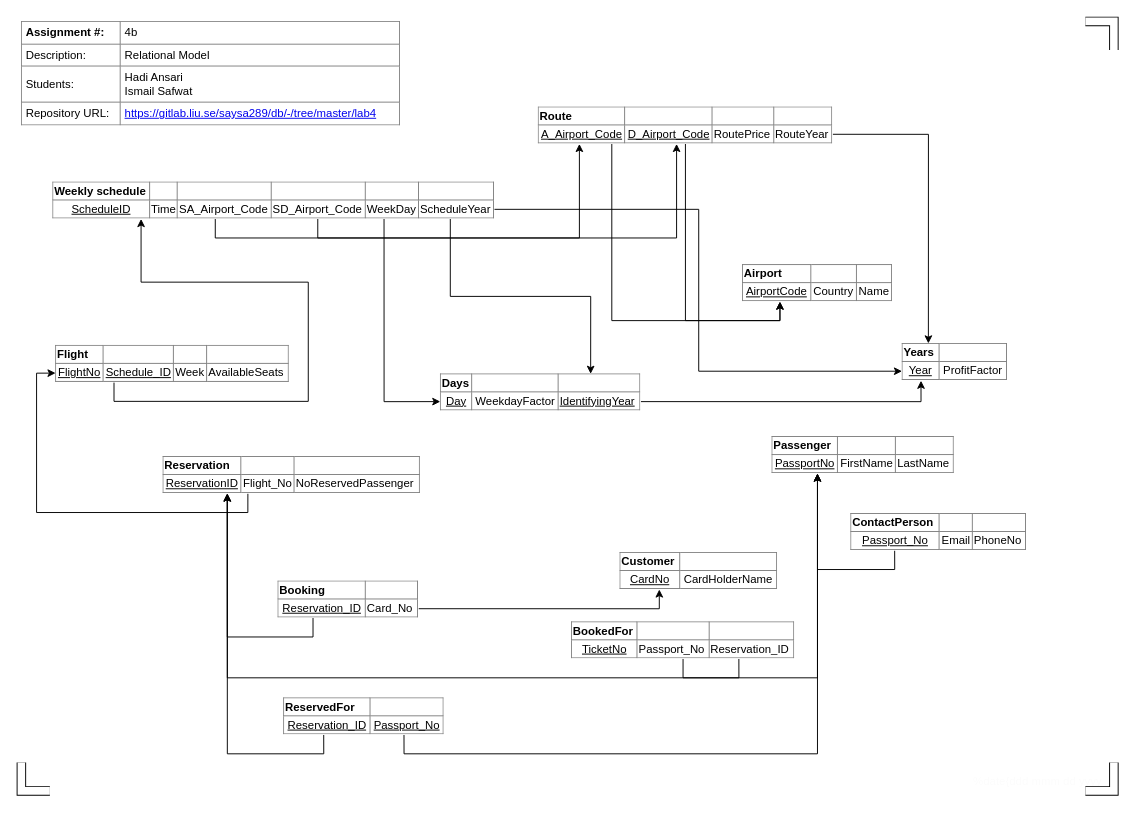
hadi-ansari/TDDD12 keeps this draw.io diagram as page "Relational Model" (2 of 2) of lab4/Assignment4b.drawio. Above is the earlier version. Source tidied: cells renumbered, new cells numbered last; positions are measured from the earlier drawing's top-left corner, leaving out a move shared by most shapes. Both pictures are drawn from the tidied source at 95%, with x=0, y=0 at pixel (21, 21).
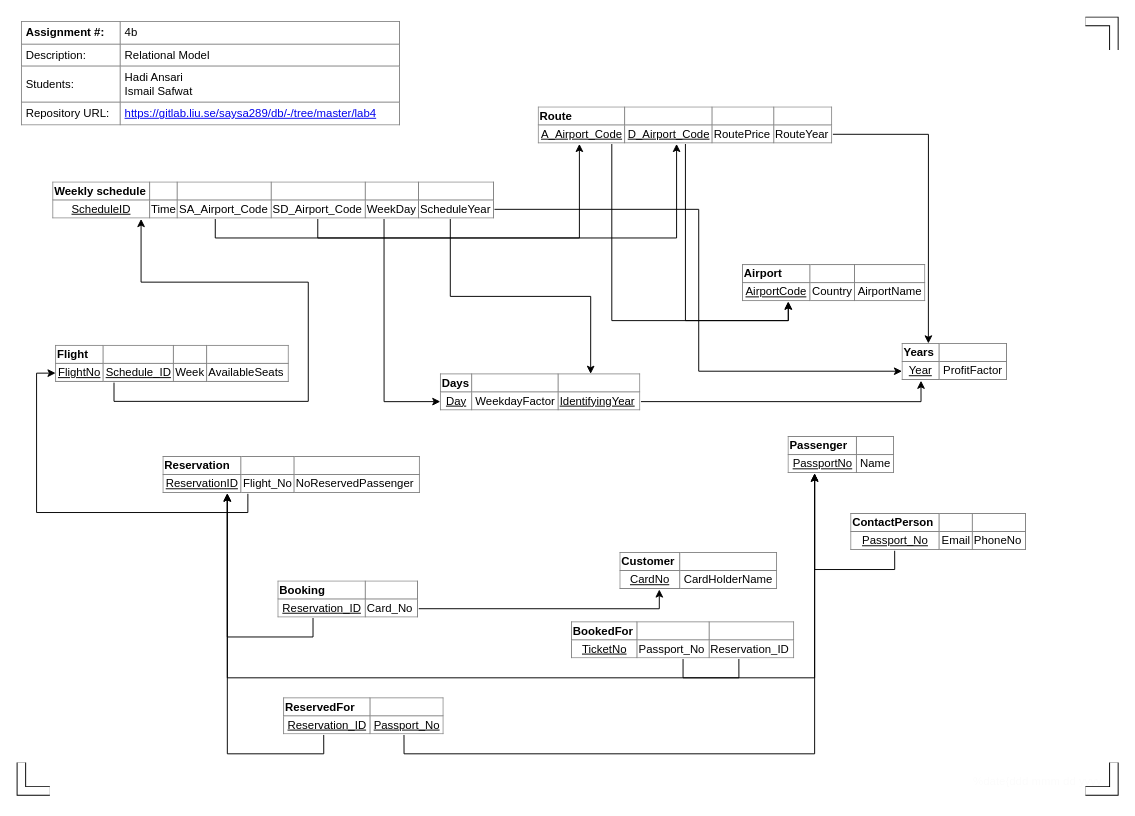
Above is the later version.

Diff of the diagram source:
```diff
@@
-    <mxCell id="14" value="&lt;table border=&quot;1&quot; width=&quot;100%&quot; style=&quot;width: 100% ; height: 100% ; border-collapse: collapse&quot;&gt;&lt;tbody&gt;&lt;tr&gt;&lt;td&gt;&lt;b&gt;Passenger&lt;/b&gt;&lt;/td&gt;&lt;td&gt;&lt;br&gt;&lt;/td&gt;&lt;td&gt;&lt;br&gt;&lt;/td&gt;&lt;/tr&gt;&lt;tr&gt;&lt;td style=&quot;text-align: center&quot;&gt;&lt;u&gt;PassportNo&lt;/u&gt;&lt;/td&gt;&lt;td style=&quot;text-align: center&quot;&gt;FirstName&lt;/td&gt;&lt;td&gt;LastName&lt;/td&gt;&lt;/tr&gt;&lt;/tbody&gt;&lt;/table&gt;" style="text;html=1;strokeColor=none;fillColor=#ffffff;overflow=fill;" parent="1" vertex="1">
-      <mxGeometry x="790" y="437" width="192" height="39" as="geometry" />
+    <mxCell id="14" value="&lt;table border=&quot;1&quot; width=&quot;100%&quot; style=&quot;width: 100% ; height: 100% ; border-collapse: collapse&quot;&gt;&lt;tbody&gt;&lt;tr&gt;&lt;td&gt;&lt;b&gt;Passenger&lt;/b&gt;&lt;/td&gt;&lt;td&gt;&lt;br&gt;&lt;/td&gt;&lt;/tr&gt;&lt;tr&gt;&lt;td style=&quot;text-align: center&quot;&gt;&lt;u&gt;PassportNo&lt;/u&gt;&lt;/td&gt;&lt;td style=&quot;text-align: center&quot;&gt;Name&lt;/td&gt;&lt;/tr&gt;&lt;/tbody&gt;&lt;/table&gt;" style="text;html=1;strokeColor=none;fillColor=#ffffff;overflow=fill;" parent="1" vertex="1">
+      <mxGeometry x="807" y="437" width="112" height="39" as="geometry" />
     </mxCell>
@@
-    <mxCell id="22" value="&lt;table border=&quot;1&quot; width=&quot;100%&quot; style=&quot;width: 100% ; height: 100% ; border-collapse: collapse&quot;&gt;&lt;tbody&gt;&lt;tr&gt;&lt;td&gt;&lt;b&gt;Airport&lt;/b&gt;&lt;/td&gt;&lt;td&gt;&lt;br&gt;&lt;/td&gt;&lt;td&gt;&lt;br&gt;&lt;/td&gt;&lt;/tr&gt;&lt;tr&gt;&lt;td style=&quot;text-align: center&quot;&gt;&lt;u&gt;AirportCode&lt;/u&gt;&lt;/td&gt;&lt;td style=&quot;text-align: center&quot;&gt;Country&lt;/td&gt;&lt;td style=&quot;text-align: center&quot;&gt;Name&lt;/td&gt;&lt;/tr&gt;&lt;/tbody&gt;&lt;/table&gt;" style="text;html=1;strokeColor=none;fillColor=#ffffff;overflow=fill;" parent="1" vertex="1">
-      <mxGeometry x="759" y="256" width="158" height="39" as="geometry" />
+    <mxCell id="22" value="&lt;table border=&quot;1&quot; width=&quot;100%&quot; style=&quot;width: 100% ; height: 100% ; border-collapse: collapse&quot;&gt;&lt;tbody&gt;&lt;tr&gt;&lt;td&gt;&lt;b&gt;Airport&lt;/b&gt;&lt;/td&gt;&lt;td&gt;&lt;br&gt;&lt;/td&gt;&lt;td&gt;&lt;br&gt;&lt;/td&gt;&lt;/tr&gt;&lt;tr&gt;&lt;td style=&quot;text-align: center&quot;&gt;&lt;u&gt;AirportCode&lt;/u&gt;&lt;/td&gt;&lt;td style=&quot;text-align: center&quot;&gt;Country&lt;/td&gt;&lt;td style=&quot;text-align: center&quot;&gt;AirportName&lt;/td&gt;&lt;/tr&gt;&lt;/tbody&gt;&lt;/table&gt;" style="text;html=1;strokeColor=none;fillColor=#ffffff;overflow=fill;" parent="1" vertex="1">
+      <mxGeometry x="759" y="256" width="193" height="39" as="geometry" />
     </mxCell>
```
